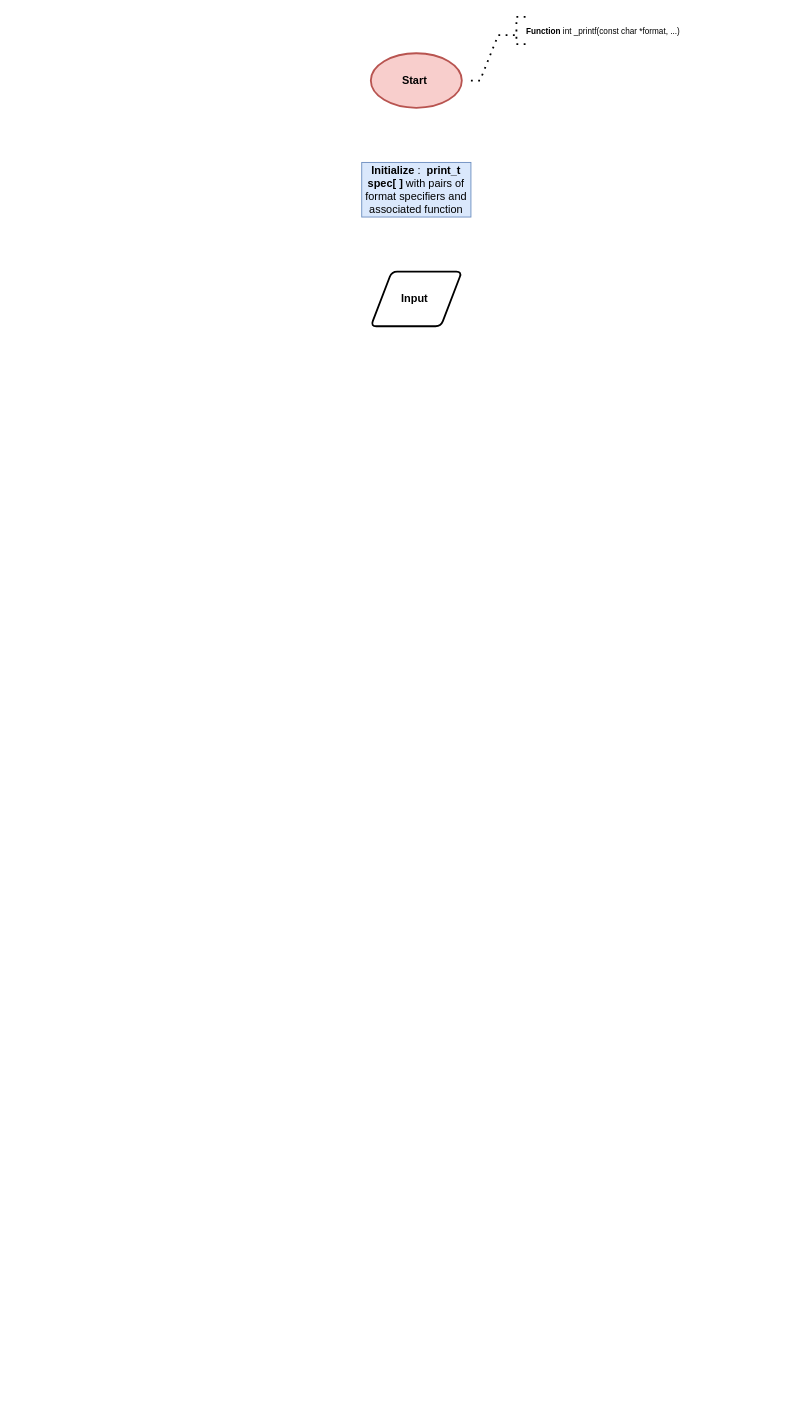
Above: Diagramme sans nom.drawio in Teheremiti/holbertonschool-printf (draw.io), before the change. Source tidied: cells renumbered, new cells numbered last; positions are measured from the earlier drawing's top-left corner, leaving out a move shared by most shapes. Both pictures are drawn from the tidied source at 91%, with x=0, y=0 at pixel (361, 16).
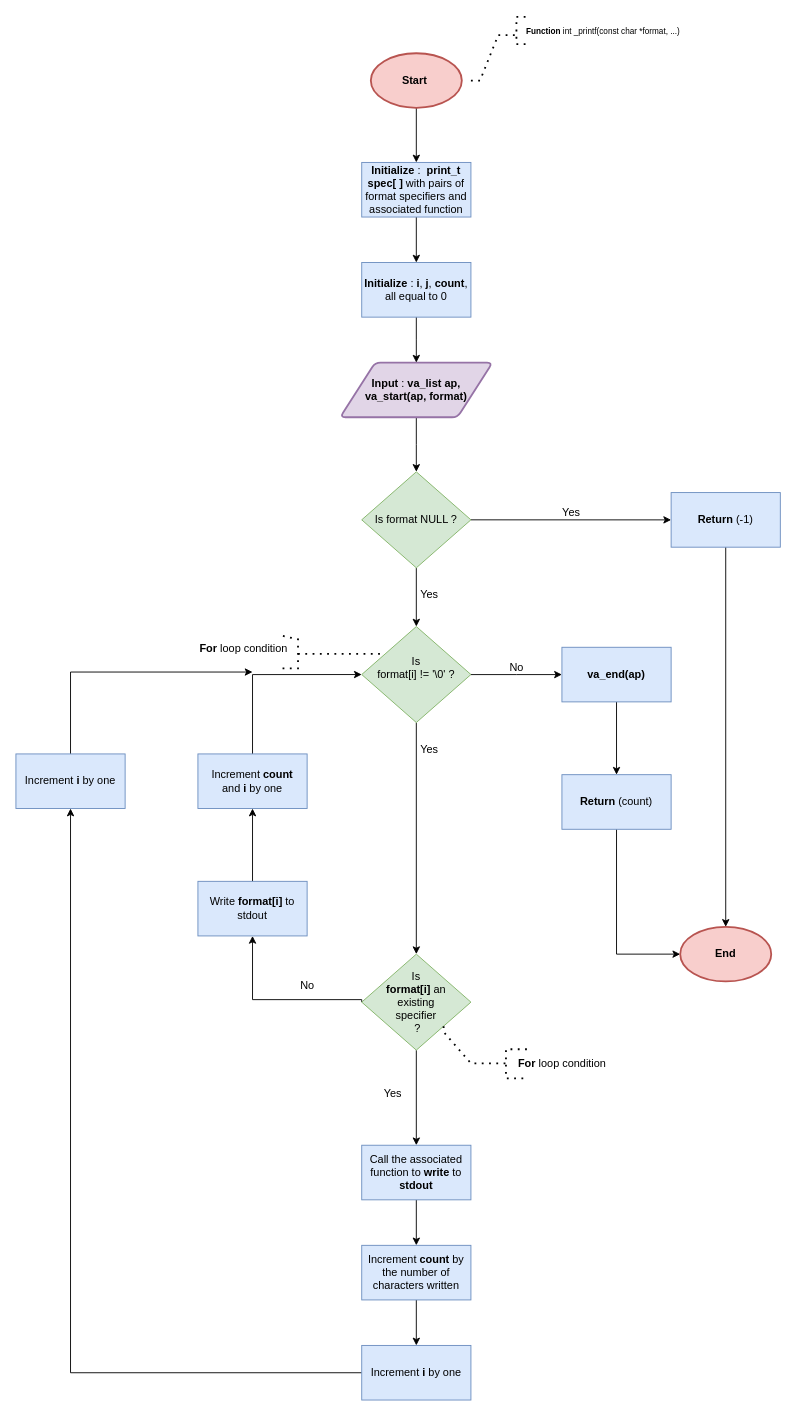
Above is the later version.

Unchanged cells that the change refers to:
```xml
<mxCell id="2" value="&lt;b&gt;Start&lt;/b&gt;&amp;nbsp;" style="strokeWidth=2;html=1;shape=mxgraph.flowchart.start_1;whiteSpace=wrap;fillColor=#f8cecc;strokeColor=#b85450;" parent="1" vertex="1">
  <mxGeometry x="10" y="40" width="100" height="60" as="geometry" />
</mxCell>
<mxCell id="7" value="&lt;b&gt;Initialize&lt;/b&gt; : &amp;nbsp;&lt;b&gt;print_t spec[ ]&lt;/b&gt; with pairs of format specifiers and associated function" style="rounded=0;whiteSpace=wrap;html=1;fillColor=#dae8fc;strokeColor=#6c8ebf;" parent="1" vertex="1">
  <mxGeometry y="160" width="120" height="60" as="geometry" />
</mxCell>
```

Change to the diagram source:
```diff
@@
+    <mxCell id="8" style="edgeStyle=orthogonalEdgeStyle;rounded=0;jettySize=auto;html=1;entryX=0.5;entryY=0;entryDx=0;entryDy=0;" parent="1" edge="1" source="2" target="7">
+      <mxGeometry relative="1" as="geometry" />
+    </mxCell>
@@
+    <mxCell id="9" style="edgeStyle=orthogonalEdgeStyle;rounded=0;jettySize=auto;html=1;" parent="1" edge="1" source="3" target="14">
+      <mxGeometry relative="1" as="geometry" />
+    </mxCell>
-    <mxCell id="3" value="&lt;b&gt;Input&amp;nbsp;&lt;/b&gt;" style="shape=parallelogram;html=1;strokeWidth=2;perimeter=parallelogramPerimeter;whiteSpace=wrap;rounded=1;arcSize=12;size=0.23;" parent="1" vertex="1">
-      <mxGeometry x="10" y="280" width="100" height="60" as="geometry" />
+    <mxCell id="3" value="&lt;b&gt;Input&lt;/b&gt; : &lt;b&gt;va_list ap,&lt;br&gt;va_start(ap, format)&lt;br&gt;&lt;/b&gt;" style="shape=parallelogram;html=1;strokeWidth=2;perimeter=parallelogramPerimeter;whiteSpace=wrap;rounded=1;arcSize=12;size=0.23;fillColor=#e1d5e7;strokeColor=#9673a6;" parent="1" vertex="1">
+      <mxGeometry x="-23.8" y="380" width="167.5" height="60" as="geometry" />
     </mxCell>
@@
+    <mxCell id="10" style="edgeStyle=orthogonalEdgeStyle;rounded=0;jettySize=auto;html=1;" parent="1" edge="1" source="7" target="12">
+      <mxGeometry relative="1" as="geometry" />
+    </mxCell>
@@
+    <mxCell id="11" style="edgeStyle=orthogonalEdgeStyle;rounded=0;jettySize=auto;html=1;exitX=0.5;exitY=1;exitDx=0;exitDy=0;" parent="1" edge="1" source="12" target="3">
+      <mxGeometry relative="1" as="geometry" />
+    </mxCell>
+    <mxCell id="12" value="&lt;b&gt;Initialize&lt;/b&gt; : &lt;b&gt;i&lt;/b&gt;,&lt;b&gt; j&lt;/b&gt;,&amp;nbsp;&lt;b&gt;count&lt;/b&gt;, all equal to 0" style="rounded=0;whiteSpace=wrap;html=1;fillColor=#dae8fc;strokeColor=#6c8ebf;" parent="1" vertex="1">
+      <mxGeometry y="270" width="120" height="60" as="geometry" />
+    </mxCell>
+    <mxCell id="13" style="edgeStyle=orthogonalEdgeStyle;rounded=0;jettySize=auto;html=1;exitX=0.5;exitY=1;exitDx=0;exitDy=0;entryX=0.5;entryY=0;entryDx=0;entryDy=0;" parent="1" edge="1" source="14" target="21">
+      <mxGeometry relative="1" as="geometry" />
+    </mxCell>
+    <mxCell id="14" value="Is format NULL ?" style="rhombus;whiteSpace=wrap;html=1;fillColor=#d5e8d4;strokeColor=#82b366;" parent="1" vertex="1">
+      <mxGeometry y="500" width="120" height="105.5" as="geometry" />
+    </mxCell>
+    <mxCell id="15" style="edgeStyle=orthogonalEdgeStyle;rounded=0;jettySize=auto;html=1;entryX=0.5;entryY=0;entryDx=0;entryDy=0;entryPerimeter=0;" parent="1" edge="1" source="16" target="27">
+      <mxGeometry relative="1" as="geometry" />
+    </mxCell>
+    <mxCell id="16" value="&lt;b&gt;Return&lt;/b&gt; (-1)" style="rounded=0;whiteSpace=wrap;html=1;fillColor=#dae8fc;strokeColor=#6c8ebf;" parent="1" vertex="1">
+      <mxGeometry x="340" y="522.8" width="120" height="60" as="geometry" />
+    </mxCell>
+    <mxCell id="17" style="endArrow=classic;html=1;rounded=0;exitX=1;exitY=0.5;exitDx=0;exitDy=0;entryX=0;entryY=0.5;entryDx=0;entryDy=0;" parent="1" edge="1" source="14" target="16">
+      <mxGeometry relative="1" as="geometry" />
+    </mxCell>
+    <mxCell id="18" value="Yes" style="text;html=1;align=center;verticalAlign=middle;strokeColor=none;fillColor=none;" parent="1" vertex="1">
+      <mxGeometry x="210" y="530" width="40" height="30" as="geometry" />
+    </mxCell>
+    <mxCell id="19" style="edgeStyle=orthogonalEdgeStyle;rounded=0;jettySize=auto;html=1;" parent="1" edge="1" source="21" target="23">
+      <mxGeometry relative="1" as="geometry" />
+    </mxCell>
+    <mxCell id="20" style="edgeStyle=orthogonalEdgeStyle;rounded=0;jettySize=auto;html=1;entryX=0.5;entryY=0;entryDx=0;entryDy=0;" parent="1" edge="1" source="21" target="35">
+      <mxGeometry relative="1" as="geometry" />
+    </mxCell>
+    <mxCell id="21" value="Is&lt;br&gt;format[i] != '\0' ?&lt;br&gt;&amp;nbsp; &amp;nbsp;" style="rhombus;whiteSpace=wrap;html=1;fillColor=#d5e8d4;strokeColor=#82b366;" parent="1" vertex="1">
+      <mxGeometry y="670" width="120" height="105.5" as="geometry" />
+    </mxCell>
+    <mxCell id="22" style="edgeStyle=orthogonalEdgeStyle;rounded=0;jettySize=auto;html=1;" parent="1" edge="1" source="23" target="26">
+      <mxGeometry relative="1" as="geometry" />
+    </mxCell>
+    <mxCell id="23" value="&lt;b&gt;va_end(ap)&lt;/b&gt;" style="whiteSpace=wrap;html=1;fillColor=#dae8fc;strokeColor=#6c8ebf;" parent="1" vertex="1">
+      <mxGeometry x="220" y="692.8" width="120" height="60" as="geometry" />
+    </mxCell>
+    <mxCell id="24" value="No" style="text;html=1;align=center;verticalAlign=middle;strokeColor=none;fillColor=none;" parent="1" vertex="1">
+      <mxGeometry x="150" y="700" width="40" height="30" as="geometry" />
+    </mxCell>
+    <mxCell id="25" style="edgeStyle=orthogonalEdgeStyle;rounded=0;jettySize=auto;html=1;entryX=0;entryY=0.5;entryDx=0;entryDy=0;entryPerimeter=0;" parent="1" edge="1" source="26" target="27">
+      <mxGeometry relative="1" as="geometry">
+        <Array as="points">
+          <mxPoint x="280" y="1030" />
+        </Array>
+      </mxGeometry>
+    </mxCell>
+    <mxCell id="26" value="&lt;b&gt;Return&lt;/b&gt; (count)" style="whiteSpace=wrap;html=1;fillColor=#dae8fc;strokeColor=#6c8ebf;" parent="1" vertex="1">
+      <mxGeometry x="220" y="832.8" width="120" height="60" as="geometry" />
+    </mxCell>
+    <mxCell id="27" value="&lt;b&gt;End&lt;/b&gt;" style="strokeWidth=2;html=1;shape=mxgraph.flowchart.start_1;whiteSpace=wrap;fillColor=#f8cecc;strokeColor=#b85450;" parent="1" vertex="1">
+      <mxGeometry x="350" y="1000" width="100" height="60" as="geometry" />
+    </mxCell>
+    <mxCell id="28" value="Yes" style="text;html=1;align=center;verticalAlign=middle;strokeColor=none;fillColor=none;" parent="1" vertex="1">
+      <mxGeometry x="54" y="620" width="40" height="30" as="geometry" />
+    </mxCell>
+    <mxCell id="29" style="endArrow=none;dashed=1;html=1;dashPattern=1 3;strokeWidth=2;rounded=0;entryX=0.167;entryY=0.284;entryDx=0;entryDy=0;entryPerimeter=0;" parent="1" edge="1" target="21">
+      <mxGeometry relative="1" as="geometry">
+        <mxPoint x="-70" y="700" as="sourcePoint" />
+        <Array as="points">
+          <mxPoint x="-50" y="700" />
+          <mxPoint y="700" />
+        </Array>
+      </mxGeometry>
+    </mxCell>
+    <mxCell id="30" style="endArrow=none;dashed=1;html=1;dashPattern=1 3;strokeWidth=2;rounded=0;entryX=0.839;entryY=-0.008;entryDx=0;entryDy=0;entryPerimeter=0;" parent="1" edge="1" target="31">
+      <mxGeometry relative="1" as="geometry">
+        <mxPoint x="-87" y="716" as="sourcePoint" />
+        <Array as="points">
+          <mxPoint x="-70" y="716" />
+          <mxPoint x="-70" y="684" />
+        </Array>
+      </mxGeometry>
+    </mxCell>
+    <mxCell id="31" value="&lt;b&gt;For&lt;/b&gt; loop condition" style="text;html=1;align=center;verticalAlign=middle;points=[];strokeColor=none;fillColor=none;" parent="1" vertex="1">
+      <mxGeometry x="-190" y="680" width="120" height="30" as="geometry" />
+    </mxCell>
+    <mxCell id="32" value="Yes" style="text;html=1;align=center;verticalAlign=middle;strokeColor=none;fillColor=none;" parent="1" vertex="1">
+      <mxGeometry x="54" y="790" width="40" height="30" as="geometry" />
+    </mxCell>
+    <mxCell id="33" style="edgeStyle=orthogonalEdgeStyle;rounded=0;jettySize=auto;html=1;exitX=0;exitY=0.5;exitDx=0;exitDy=0;" parent="1" edge="1" source="35">
+      <mxGeometry relative="1" as="geometry">
+        <mxPoint x="-120" y="1010" as="targetPoint" />
+        <Array as="points">
+          <mxPoint y="1080" />
+          <mxPoint x="-120" y="1080" />
+        </Array>
+      </mxGeometry>
+    </mxCell>
+    <mxCell id="34" style="edgeStyle=orthogonalEdgeStyle;rounded=0;jettySize=auto;html=1;" parent="1" edge="1" source="35" target="37">
+      <mxGeometry relative="1" as="geometry" />
+    </mxCell>
+    <mxCell id="35" value="Is&lt;br&gt;&lt;b&gt;format[i]&lt;/b&gt; an&lt;br&gt;existing&lt;br&gt;specifier&lt;br&gt;&amp;nbsp;?" style="rhombus;whiteSpace=wrap;html=1;fillColor=#d5e8d4;strokeColor=#82b366;" parent="1" vertex="1">
+      <mxGeometry y="1030" width="120" height="105.5" as="geometry" />
+    </mxCell>
+    <mxCell id="36" style="edgeStyle=orthogonalEdgeStyle;rounded=0;jettySize=auto;html=1;" parent="1" edge="1" source="37" target="39">
+      <mxGeometry relative="1" as="geometry" />
+    </mxCell>
+    <mxCell id="37" value="Call the associated&lt;br&gt;function to &lt;b&gt;write&lt;/b&gt; to&lt;br&gt;&lt;b&gt;stdout&lt;/b&gt;" style="whiteSpace=wrap;html=1;fillColor=#dae8fc;strokeColor=#6c8ebf;" parent="1" vertex="1">
+      <mxGeometry y="1240" width="120" height="60" as="geometry" />
+    </mxCell>
+    <mxCell id="38" style="edgeStyle=orthogonalEdgeStyle;rounded=0;jettySize=auto;html=1;" parent="1" edge="1" source="39" target="48">
+      <mxGeometry relative="1" as="geometry" />
+    </mxCell>
+    <mxCell id="39" value="Increment &lt;b&gt;count&lt;/b&gt; by the number of characters written" style="whiteSpace=wrap;html=1;fillColor=#dae8fc;strokeColor=#6c8ebf;" parent="1" vertex="1">
+      <mxGeometry y="1350" width="120" height="60" as="geometry" />
+    </mxCell>
+    <mxCell id="40" value="No" style="text;html=1;align=center;verticalAlign=middle;strokeColor=none;fillColor=none;" parent="1" vertex="1">
+      <mxGeometry x="-80" y="1050" width="40" height="30" as="geometry" />
+    </mxCell>
+    <mxCell id="41" style="endArrow=none;dashed=1;html=1;dashPattern=1 3;strokeWidth=2;rounded=0;exitX=1;exitY=1;exitDx=0;exitDy=0;" parent="1" edge="1" source="35">
+      <mxGeometry relative="1" as="geometry">
+        <mxPoint x="160" y="1150" as="targetPoint" />
+        <Array as="points">
+          <mxPoint x="90" y="1115.5" />
+          <mxPoint x="120" y="1150" />
+        </Array>
+      </mxGeometry>
+    </mxCell>
+    <mxCell id="42" value="&lt;b&gt;For&lt;/b&gt; loop condition" style="text;html=1;align=center;verticalAlign=middle;strokeColor=none;fillColor=none;" parent="1" vertex="1">
+      <mxGeometry x="160" y="1135.5" width="120" height="30" as="geometry" />
+    </mxCell>
+    <mxCell id="43" style="endArrow=none;dashed=1;html=1;dashPattern=1 3;strokeWidth=2;rounded=0;" parent="1" edge="1">
+      <mxGeometry relative="1" as="geometry">
+        <mxPoint x="181.5" y="1134.5" as="sourcePoint" />
+        <mxPoint x="181.5" y="1166.5" as="targetPoint" />
+        <Array as="points">
+          <mxPoint x="158.5" y="1134.5" />
+          <mxPoint x="158.5" y="1166.5" />
+        </Array>
+      </mxGeometry>
+    </mxCell>
+    <mxCell id="44" style="edgeStyle=orthogonalEdgeStyle;rounded=0;jettySize=auto;html=1;entryX=0;entryY=0.5;entryDx=0;entryDy=0;exitX=0.5;exitY=0;exitDx=0;exitDy=0;" parent="1" edge="1" source="49" target="21">
+      <mxGeometry relative="1" as="geometry">
+        <Array as="points">
+          <mxPoint x="-120" y="723" />
+        </Array>
+      </mxGeometry>
+    </mxCell>
+    <mxCell id="45" style="edgeStyle=orthogonalEdgeStyle;rounded=0;jettySize=auto;html=1;" parent="1" edge="1" source="46" target="49">
+      <mxGeometry relative="1" as="geometry" />
+    </mxCell>
+    <mxCell id="46" value="Write &lt;b&gt;format[i]&lt;/b&gt; to stdout" style="rounded=0;whiteSpace=wrap;html=1;fillColor=#dae8fc;strokeColor=#6c8ebf;" parent="1" vertex="1">
+      <mxGeometry x="-180" y="950" width="120" height="60" as="geometry" />
+    </mxCell>
+    <mxCell id="47" style="edgeStyle=orthogonalEdgeStyle;rounded=0;jettySize=auto;html=1;" parent="1" edge="1" source="48" target="52">
+      <mxGeometry relative="1" as="geometry" />
+    </mxCell>
+    <mxCell id="48" value="Increment &lt;b&gt;i&lt;/b&gt; by one" style="whiteSpace=wrap;html=1;fillColor=#dae8fc;strokeColor=#6c8ebf;" parent="1" vertex="1">
+      <mxGeometry y="1460" width="120" height="60" as="geometry" />
+    </mxCell>
+    <mxCell id="49" value="Increment &lt;b&gt;count&lt;/b&gt; and&amp;nbsp;&lt;b&gt;i&lt;/b&gt; by one" style="whiteSpace=wrap;html=1;fillColor=#dae8fc;strokeColor=#6c8ebf;rounded=0;" parent="1" vertex="1">
+      <mxGeometry x="-180" y="810" width="120" height="60" as="geometry" />
+    </mxCell>
+    <mxCell id="50" value="Yes" style="text;html=1;align=center;verticalAlign=middle;strokeColor=none;fillColor=none;" parent="1" vertex="1">
+      <mxGeometry x="14" y="1169" width="40" height="30" as="geometry" />
+    </mxCell>
+    <mxCell id="51" style="edgeStyle=orthogonalEdgeStyle;rounded=0;jettySize=auto;html=1;" parent="1" edge="1" source="52">
+      <mxGeometry relative="1" as="geometry">
+        <mxPoint x="-120" y="720" as="targetPoint" />
+        <Array as="points">
+          <mxPoint x="-320" y="720" />
+        </Array>
+      </mxGeometry>
+    </mxCell>
+    <mxCell id="52" value="Increment &lt;b&gt;i&lt;/b&gt; by one" style="rounded=0;whiteSpace=wrap;html=1;fillColor=#dae8fc;strokeColor=#6c8ebf;" parent="1" vertex="1">
+      <mxGeometry x="-380" y="810" width="120" height="60" as="geometry" />
+    </mxCell>
```
